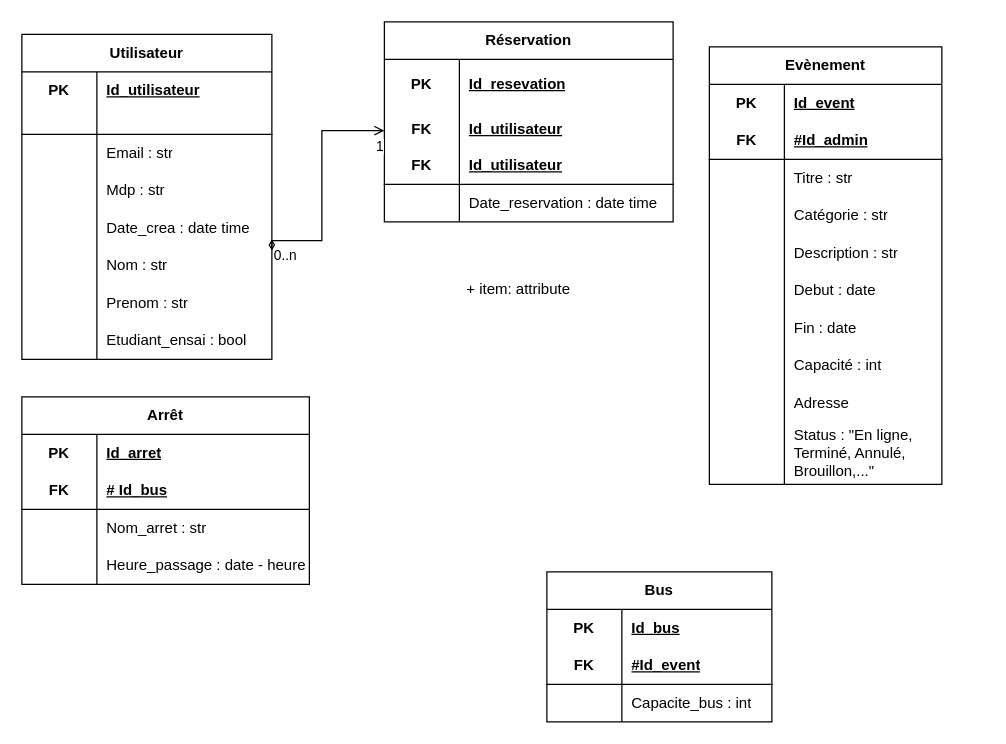
The draw.io diagram doc/Diagramme Bdd.drawio in khalidjerrari/ENSAI-Projet-info-2A, before the edit. Source tidied: cells renumbered, new cells numbered last; positions are measured from the earlier drawing's top-left corner, leaving out a move shared by most shapes. Both pictures are drawn from the tidied source at 125%, with x=0, y=0 at pixel (21, 21).
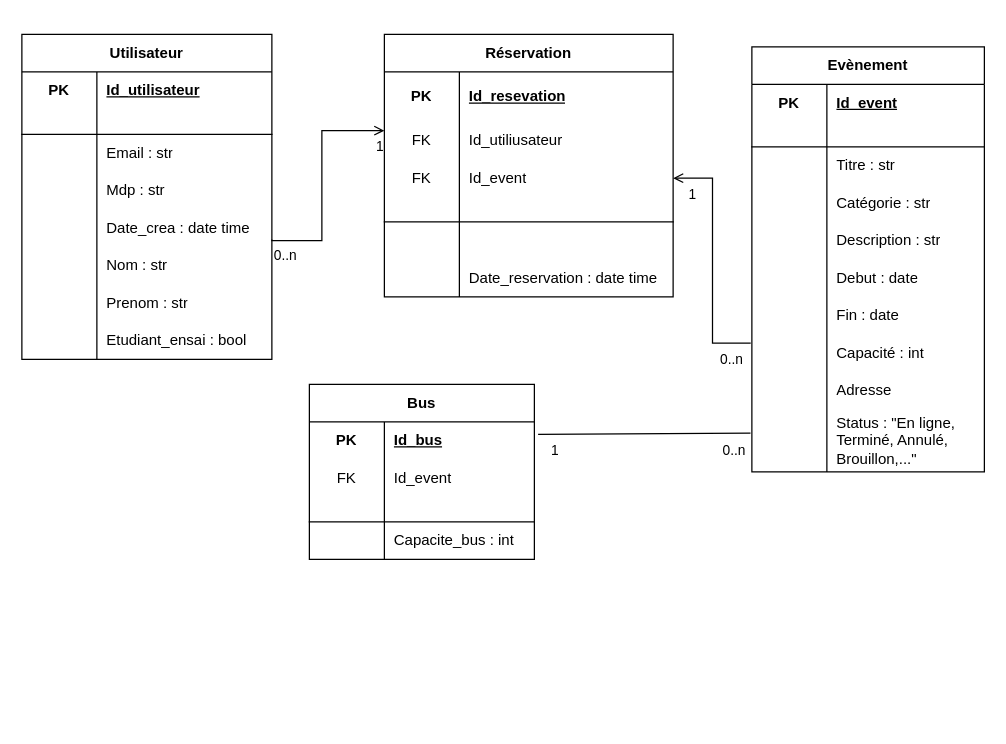
After the change.

Commit message (it also covers changes not shown here):
Mettre à jour Diagramme Bdd.drawio

Diff of the diagram source:
```diff
@@
-    <mxCell id="2" value="Réservation" style="shape=table;startSize=30;childLayout=tableLayout;rowLines=0;fontStyle=1;align=center;html=1;whiteSpace=wrap;" parent="1" vertex="1">
-      <mxGeometry x="290" width="231" height="160" as="geometry" />
-    </mxCell>
-    <mxCell id="3" style="shape=tableRow;horizontal=0;startSize=0;swimlaneHead=0;swimlaneBody=0;fillColor=none;top=0;left=0;right=0;bottom=0;html=1;" parent="2" vertex="1">
-      <mxGeometry y="30" width="231" height="40" as="geometry" />
-    </mxCell>
-    <mxCell id="4" value="PK" style="shape=partialRectangle;fillColor=none;top=0;left=0;bottom=0;right=0;fontStyle=1;overflow=hidden;html=1;whiteSpace=wrap;" parent="3" vertex="1">
-      <mxGeometry width="60" height="40" as="geometry" />
-    </mxCell>
-    <mxCell id="5" value="Id_resevation" style="shape=partialRectangle;fillColor=none;top=0;left=0;bottom=0;right=0;align=left;spacingLeft=6;fontStyle=5;overflow=hidden;html=1;whiteSpace=wrap;" parent="3" vertex="1">
-      <mxGeometry x="60" width="171" height="40" as="geometry" />
-    </mxCell>
-    <mxCell id="6" style="shape=tableRow;horizontal=0;startSize=0;swimlaneHead=0;swimlaneBody=0;fillColor=none;top=0;left=0;right=0;bottom=1;html=1;" parent="2" vertex="1">
-      <mxGeometry y="70" width="231" height="60" as="geometry" />
-    </mxCell>
-    <mxCell id="7" value="&lt;div&gt;FK&lt;/div&gt;&lt;div&gt;&lt;br&gt;&lt;/div&gt;&lt;div&gt;&lt;div&gt;FK&lt;/div&gt;&lt;/div&gt;" style="shape=partialRectangle;fillColor=none;top=0;left=0;bottom=0;right=0;fontStyle=1;overflow=hidden;html=1;whiteSpace=wrap;" parent="6" vertex="1">
-      <mxGeometry width="60" height="60" as="geometry" />
-    </mxCell>
-    <mxCell id="8" value="&lt;div&gt;Id_utilisateur&lt;br&gt;&lt;/div&gt;&lt;div&gt;&lt;br&gt;&lt;/div&gt;&lt;div&gt;Id_utilisateur&lt;/div&gt;" style="shape=partialRectangle;fillColor=none;top=0;left=0;bottom=0;right=0;align=left;spacingLeft=6;fontStyle=5;overflow=hidden;html=1;whiteSpace=wrap;" parent="6" vertex="1">
-      <mxGeometry x="60" width="171" height="60" as="geometry" />
-    </mxCell>
-    <mxCell id="9" style="shape=tableRow;horizontal=0;startSize=0;swimlaneHead=0;swimlaneBody=0;fillColor=none;top=0;left=0;right=0;bottom=0;html=1;" parent="2" vertex="1">
-      <mxGeometry y="130" width="231" height="30" as="geometry" />
-    </mxCell>
-    <mxCell id="10" style="shape=partialRectangle;fillColor=none;top=0;left=0;bottom=0;right=0;overflow=hidden;html=1;whiteSpace=wrap;" parent="9" vertex="1">
-      <mxGeometry width="60" height="30" as="geometry" />
-    </mxCell>
-    <mxCell id="11" value="Date_reservation : date time" style="shape=partialRectangle;fillColor=none;top=0;left=0;bottom=0;right=0;align=left;spacingLeft=6;overflow=hidden;html=1;whiteSpace=wrap;" parent="9" vertex="1">
-      <mxGeometry x="60" width="171" height="30" as="geometry" />
-    </mxCell>
@@
     <mxCell id="37" value="Evènement" style="shape=table;startSize=30;childLayout=tableLayout;rowLines=0;fontStyle=1;align=center;html=1;whiteSpace=wrap;" parent="1" vertex="1">
-      <mxGeometry x="550" y="20" width="186" height="350" as="geometry" />
+      <mxGeometry x="584" y="20" width="186" height="340" as="geometry" />
     </mxCell>
@@
     <mxCell id="41" style="shape=tableRow;horizontal=0;startSize=0;swimlaneHead=0;swimlaneBody=0;fillColor=none;top=0;left=0;right=0;bottom=1;html=1;" parent="37" vertex="1">
-      <mxGeometry y="60" width="186" height="30" as="geometry" />
+      <mxGeometry y="60" width="186" height="20" as="geometry" />
     </mxCell>
-    <mxCell id="42" value="FK" style="shape=partialRectangle;fillColor=none;top=0;left=0;bottom=0;right=0;fontStyle=1;overflow=hidden;html=1;whiteSpace=wrap;" parent="41" vertex="1">
-      <mxGeometry width="60" height="30" as="geometry" />
+    <mxCell id="42" style="shape=partialRectangle;fillColor=none;top=0;left=0;bottom=0;right=0;fontStyle=1;overflow=hidden;html=1;whiteSpace=wrap;" parent="41" vertex="1">
+      <mxGeometry width="60" height="20" as="geometry" />
     </mxCell>
-    <mxCell id="43" value="#Id_admin" style="shape=partialRectangle;fillColor=none;top=0;left=0;bottom=0;right=0;align=left;spacingLeft=6;fontStyle=5;overflow=hidden;html=1;whiteSpace=wrap;" parent="41" vertex="1">
-      <mxGeometry x="60" width="126" height="30" as="geometry" />
+    <mxCell id="43" style="shape=partialRectangle;fillColor=none;top=0;left=0;bottom=0;right=0;align=left;spacingLeft=6;fontStyle=5;overflow=hidden;html=1;whiteSpace=wrap;" parent="41" vertex="1">
+      <mxGeometry x="60" width="126" height="20" as="geometry" />
     </mxCell>
     <mxCell id="44" style="shape=tableRow;horizontal=0;startSize=0;swimlaneHead=0;swimlaneBody=0;fillColor=none;top=0;left=0;right=0;bottom=0;html=1;" parent="37" vertex="1">
-      <mxGeometry y="90" width="186" height="30" as="geometry" />
+      <mxGeometry y="80" width="186" height="30" as="geometry" />
     </mxCell>
@@
     <mxCell id="47" style="shape=tableRow;horizontal=0;startSize=0;swimlaneHead=0;swimlaneBody=0;fillColor=none;top=0;left=0;right=0;bottom=0;html=1;" parent="37" vertex="1">
-      <mxGeometry y="120" width="186" height="30" as="geometry" />
+      <mxGeometry y="110" width="186" height="30" as="geometry" />
     </mxCell>
@@
     <mxCell id="50" style="shape=tableRow;horizontal=0;startSize=0;swimlaneHead=0;swimlaneBody=0;fillColor=none;top=0;left=0;right=0;bottom=0;html=1;" parent="37" vertex="1">
-      <mxGeometry y="150" width="186" height="30" as="geometry" />
+      <mxGeometry y="140" width="186" height="30" as="geometry" />
     </mxCell>
@@
     <mxCell id="53" style="shape=tableRow;horizontal=0;startSize=0;swimlaneHead=0;swimlaneBody=0;fillColor=none;top=0;left=0;right=0;bottom=0;html=1;" parent="37" vertex="1">
-      <mxGeometry y="180" width="186" height="30" as="geometry" />
+      <mxGeometry y="170" width="186" height="30" as="geometry" />
     </mxCell>
@@
     <mxCell id="56" style="shape=tableRow;horizontal=0;startSize=0;swimlaneHead=0;swimlaneBody=0;fillColor=none;top=0;left=0;right=0;bottom=0;html=1;" parent="37" vertex="1">
-      <mxGeometry y="210" width="186" height="30" as="geometry" />
+      <mxGeometry y="200" width="186" height="30" as="geometry" />
     </mxCell>
@@
     <mxCell id="59" style="shape=tableRow;horizontal=0;startSize=0;swimlaneHead=0;swimlaneBody=0;fillColor=none;points=[[0,0.5],[1,0.5]];portConstraint=eastwest;top=0;left=0;right=0;bottom=0;html=1;" parent="37" vertex="1">
-      <mxGeometry y="240" width="186" height="30" as="geometry" />
+      <mxGeometry y="230" width="186" height="30" as="geometry" />
     </mxCell>
@@
     <mxCell id="62" style="shape=tableRow;horizontal=0;startSize=0;swimlaneHead=0;swimlaneBody=0;fillColor=none;top=0;left=0;right=0;bottom=0;html=1;" parent="37" vertex="1">
-      <mxGeometry y="270" width="186" height="30" as="geometry" />
+      <mxGeometry y="260" width="186" height="30" as="geometry" />
     </mxCell>
@@
     <mxCell id="65" style="shape=tableRow;horizontal=0;startSize=0;swimlaneHead=0;swimlaneBody=0;fillColor=none;top=0;left=0;right=0;bottom=0;html=1;" parent="37" vertex="1">
-      <mxGeometry y="300" width="186" height="50" as="geometry" />
+      <mxGeometry y="290" width="186" height="50" as="geometry" />
     </mxCell>
@@
     <mxCell id="68" value="Bus" style="shape=table;startSize=30;childLayout=tableLayout;rowLines=0;fontStyle=1;align=center;html=1;whiteSpace=wrap;" parent="1" vertex="1">
-      <mxGeometry x="420" y="440" width="180" height="120" as="geometry" />
+      <mxGeometry x="230" y="290" width="180" height="140" as="geometry" />
     </mxCell>
@@
+    <mxCell id="95" style="shape=tableRow;horizontal=0;startSize=0;swimlaneHead=0;swimlaneBody=0;fillColor=none;top=0;left=0;right=0;bottom=0;" parent="68" vertex="1">
+      <mxGeometry y="60" width="180" height="30" as="geometry" />
+    </mxCell>
+    <mxCell id="96" value="FK" style="shape=partialRectangle;fillColor=none;top=0;left=0;bottom=0;right=0;fontStyle=0;overflow=hidden;whiteSpace=wrap;html=1;" parent="95" vertex="1">
+      <mxGeometry width="60" height="30" as="geometry" />
+    </mxCell>
+    <mxCell id="97" value="Id_event" style="shape=partialRectangle;fillColor=none;top=0;left=0;bottom=0;right=0;align=left;spacingLeft=6;fontStyle=0;overflow=hidden;whiteSpace=wrap;html=1;" parent="95" vertex="1">
+      <mxGeometry x="60" width="120" height="30" as="geometry" />
+    </mxCell>
     <mxCell id="72" style="shape=tableRow;horizontal=0;startSize=0;swimlaneHead=0;swimlaneBody=0;fillColor=none;top=0;left=0;right=0;bottom=1;html=1;" parent="68" vertex="1">
-      <mxGeometry y="60" width="180" height="30" as="geometry" />
+      <mxGeometry y="90" width="180" height="20" as="geometry" />
     </mxCell>
-    <mxCell id="73" value="FK" style="shape=partialRectangle;fillColor=none;top=0;left=0;bottom=0;right=0;fontStyle=1;overflow=hidden;html=1;whiteSpace=wrap;" parent="72" vertex="1">
-      <mxGeometry width="60" height="30" as="geometry" />
+    <mxCell id="73" style="shape=partialRectangle;fillColor=none;top=0;left=0;bottom=0;right=0;fontStyle=1;overflow=hidden;html=1;whiteSpace=wrap;" parent="72" vertex="1">
+      <mxGeometry width="60" height="20" as="geometry" />
     </mxCell>
-    <mxCell id="74" value="#Id_event" style="shape=partialRectangle;fillColor=none;top=0;left=0;bottom=0;right=0;align=left;spacingLeft=6;fontStyle=5;overflow=hidden;html=1;whiteSpace=wrap;" parent="72" vertex="1">
-      <mxGeometry x="60" width="120" height="30" as="geometry" />
+    <mxCell id="74" style="shape=partialRectangle;fillColor=none;top=0;left=0;bottom=0;right=0;align=left;spacingLeft=6;fontStyle=5;overflow=hidden;html=1;whiteSpace=wrap;" parent="72" vertex="1">
+      <mxGeometry x="60" width="120" height="20" as="geometry" />
     </mxCell>
     <mxCell id="75" style="shape=tableRow;horizontal=0;startSize=0;swimlaneHead=0;swimlaneBody=0;fillColor=none;top=0;left=0;right=0;bottom=0;html=1;" parent="68" vertex="1">
-      <mxGeometry y="90" width="180" height="30" as="geometry" />
+      <mxGeometry y="110" width="180" height="30" as="geometry" />
     </mxCell>
@@
-    <mxCell id="78" value="Arrêt" style="shape=table;startSize=30;childLayout=tableLayout;rowLines=0;fontStyle=1;align=center;html=1;whiteSpace=wrap;" parent="1" vertex="1">
-      <mxGeometry y="300" width="230" height="150" as="geometry" />
-    </mxCell>
-    <mxCell id="79" style="shape=tableRow;horizontal=0;startSize=0;swimlaneHead=0;swimlaneBody=0;fillColor=none;top=0;left=0;right=0;bottom=0;html=1;" parent="78" vertex="1">
-      <mxGeometry y="30" width="230" height="30" as="geometry" />
-    </mxCell>
-    <mxCell id="80" value="PK" style="shape=partialRectangle;fillColor=none;top=0;left=0;bottom=0;right=0;fontStyle=1;overflow=hidden;html=1;whiteSpace=wrap;" parent="79" vertex="1">
-      <mxGeometry width="60" height="30" as="geometry" />
-    </mxCell>
-    <mxCell id="81" value="Id_arret" style="shape=partialRectangle;fillColor=none;top=0;left=0;bottom=0;right=0;align=left;spacingLeft=6;fontStyle=5;overflow=hidden;html=1;whiteSpace=wrap;" parent="79" vertex="1">
-      <mxGeometry x="60" width="170" height="30" as="geometry" />
-    </mxCell>
-    <mxCell id="82" style="shape=tableRow;horizontal=0;startSize=0;swimlaneHead=0;swimlaneBody=0;fillColor=none;top=0;left=0;right=0;bottom=1;html=1;" parent="78" vertex="1">
-      <mxGeometry y="60" width="230" height="30" as="geometry" />
-    </mxCell>
-    <mxCell id="83" value="FK" style="shape=partialRectangle;fillColor=none;top=0;left=0;bottom=0;right=0;fontStyle=1;overflow=hidden;html=1;whiteSpace=wrap;" parent="82" vertex="1">
-      <mxGeometry width="60" height="30" as="geometry" />
-    </mxCell>
-    <mxCell id="84" value="# Id_bus" style="shape=partialRectangle;fillColor=none;top=0;left=0;bottom=0;right=0;align=left;spacingLeft=6;fontStyle=5;overflow=hidden;html=1;whiteSpace=wrap;" parent="82" vertex="1">
-      <mxGeometry x="60" width="170" height="30" as="geometry" />
-    </mxCell>
-    <mxCell id="85" style="shape=tableRow;horizontal=0;startSize=0;swimlaneHead=0;swimlaneBody=0;fillColor=none;top=0;left=0;right=0;bottom=0;html=1;" parent="78" vertex="1">
-      <mxGeometry y="90" width="230" height="30" as="geometry" />
-    </mxCell>
-    <mxCell id="86" style="shape=partialRectangle;fillColor=none;top=0;left=0;bottom=0;right=0;overflow=hidden;html=1;whiteSpace=wrap;" parent="85" vertex="1">
-      <mxGeometry width="60" height="30" as="geometry" />
-    </mxCell>
-    <mxCell id="87" value="Nom_arret : str" style="shape=partialRectangle;fillColor=none;top=0;left=0;bottom=0;right=0;align=left;spacingLeft=6;overflow=hidden;html=1;whiteSpace=wrap;" parent="85" vertex="1">
-      <mxGeometry x="60" width="170" height="30" as="geometry" />
-    </mxCell>
-    <mxCell id="88" style="shape=tableRow;horizontal=0;startSize=0;swimlaneHead=0;swimlaneBody=0;fillColor=none;top=0;left=0;right=0;bottom=0;html=1;" parent="78" vertex="1">
-      <mxGeometry y="120" width="230" height="30" as="geometry" />
-    </mxCell>
-    <mxCell id="89" style="shape=partialRectangle;fillColor=none;top=0;left=0;bottom=0;right=0;overflow=hidden;html=1;whiteSpace=wrap;" parent="88" vertex="1">
-      <mxGeometry width="60" height="30" as="geometry" />
-    </mxCell>
-    <mxCell id="90" value="Heure_passage : date - heure" style="shape=partialRectangle;fillColor=none;top=0;left=0;bottom=0;right=0;align=left;spacingLeft=6;overflow=hidden;html=1;whiteSpace=wrap;" parent="88" vertex="1">
-      <mxGeometry x="60" width="170" height="30" as="geometry" />
-    </mxCell>
-    <mxCell id="91" style="endArrow=open;html=1;startArrow=diamondThin;startFill=0;edgeStyle=orthogonalEdgeStyle;rounded=0;shape=wire;dashed=1;" parent="1" edge="1">
+    <mxCell id="91" style="endArrow=open;html=1;startArrow=none;startFill=0;edgeStyle=orthogonalEdgeStyle;rounded=0;shape=wire;dashed=1;" parent="1" edge="1">
       <mxGeometry relative="1" as="geometry">
         <mxPoint x="200" y="174" as="sourcePoint" />
         <mxPoint x="290" y="87" as="targetPoint" />
         <Array as="points">
           <mxPoint x="200" y="175" />
           <mxPoint x="240" y="175" />
           <mxPoint x="240" y="87" />
         </Array>
       </mxGeometry>
     </mxCell>
@@
-    <mxCell id="94" value="+ item: attribute" style="text;strokeColor=none;fillColor=none;align=left;verticalAlign=top;spacingLeft=4;spacingRight=4;overflow=hidden;whiteSpace=wrap;html=1;" parent="1" vertex="1">
-      <mxGeometry x="350" y="200" width="100" height="26" as="geometry" />
-    </mxCell>
+    <mxCell id="98" style="endArrow=open;html=1;startArrow=none;startFill=0;edgeStyle=orthogonalEdgeStyle;rounded=0;exitX=-0.005;exitY=0.233;exitDx=0;exitDy=0;exitPerimeter=0;entryX=1;entryY=0.5;entryDx=0;entryDy=0;" parent="1" edge="1" source="59" target="104">
+      <mxGeometry relative="1" as="geometry" />
+    </mxCell>
+    <mxCell id="99" value="0..n" style="edgeLabel;html=1;align=left;verticalAlign=top;" parent="98" vertex="1">
+      <mxGeometry x="-1" relative="1" as="geometry">
+        <mxPoint x="-26" as="offset" />
+      </mxGeometry>
+    </mxCell>
+    <mxCell id="100" value="1" style="edgeLabel;html=1;align=right;verticalAlign=top;" parent="98" vertex="1">
+      <mxGeometry x="1" relative="1" as="geometry">
+        <mxPoint x="19" as="offset" />
+      </mxGeometry>
+    </mxCell>
+    <mxCell id="2" value="Réservation" style="shape=table;startSize=30;childLayout=tableLayout;rowLines=0;fontStyle=1;align=center;html=1;whiteSpace=wrap;" parent="1" vertex="1">
+      <mxGeometry x="290" y="10" width="231" height="210" as="geometry" />
+    </mxCell>
+    <mxCell id="3" style="shape=tableRow;horizontal=0;startSize=0;swimlaneHead=0;swimlaneBody=0;fillColor=none;top=0;left=0;right=0;bottom=0;html=1;" parent="2" vertex="1">
+      <mxGeometry y="30" width="231" height="40" as="geometry" />
+    </mxCell>
+    <mxCell id="4" value="PK" style="shape=partialRectangle;fillColor=none;top=0;left=0;bottom=0;right=0;fontStyle=1;overflow=hidden;html=1;whiteSpace=wrap;" parent="3" vertex="1">
+      <mxGeometry width="60" height="40" as="geometry" />
+    </mxCell>
+    <mxCell id="5" value="Id_resevation" style="shape=partialRectangle;fillColor=none;top=0;left=0;bottom=0;right=0;align=left;spacingLeft=6;fontStyle=5;overflow=hidden;html=1;whiteSpace=wrap;" parent="3" vertex="1">
+      <mxGeometry x="60" width="171" height="40" as="geometry" />
+    </mxCell>
+    <mxCell id="101" style="shape=tableRow;horizontal=0;startSize=0;swimlaneHead=0;swimlaneBody=0;fillColor=none;top=0;left=0;right=0;bottom=0;" parent="2" vertex="1">
+      <mxGeometry y="70" width="231" height="30" as="geometry" />
+    </mxCell>
+    <mxCell id="102" value="FK" style="shape=partialRectangle;fillColor=none;top=0;left=0;bottom=0;right=0;fontStyle=0;overflow=hidden;whiteSpace=wrap;html=1;" parent="101" vertex="1">
+      <mxGeometry width="60" height="30" as="geometry" />
+    </mxCell>
+    <mxCell id="103" value="Id_utiliusateur" style="shape=partialRectangle;fillColor=none;top=0;left=0;bottom=0;right=0;align=left;spacingLeft=6;fontStyle=0;overflow=hidden;whiteSpace=wrap;html=1;" parent="101" vertex="1">
+      <mxGeometry x="60" width="171" height="30" as="geometry" />
+    </mxCell>
+    <mxCell id="104" style="shape=tableRow;horizontal=0;startSize=0;swimlaneHead=0;swimlaneBody=0;fillColor=none;points=[[0,0.5],[1,0.5]];portConstraint=eastwest;top=0;left=0;right=0;bottom=0;" parent="2" vertex="1">
+      <mxGeometry y="100" width="231" height="30" as="geometry" />
+    </mxCell>
+    <mxCell id="105" value="FK" style="shape=partialRectangle;fillColor=none;top=0;left=0;bottom=0;right=0;fontStyle=0;overflow=hidden;whiteSpace=wrap;html=1;" parent="104" vertex="1">
+      <mxGeometry width="60" height="30" as="geometry" />
+    </mxCell>
+    <mxCell id="106" value="Id_event" style="shape=partialRectangle;fillColor=none;top=0;left=0;bottom=0;right=0;align=left;spacingLeft=6;fontStyle=0;overflow=hidden;whiteSpace=wrap;html=1;" parent="104" vertex="1">
+      <mxGeometry x="60" width="171" height="30" as="geometry" />
+    </mxCell>
+    <mxCell id="6" style="shape=tableRow;horizontal=0;startSize=0;swimlaneHead=0;swimlaneBody=0;fillColor=none;top=0;left=0;right=0;bottom=1;html=1;" parent="2" vertex="1">
+      <mxGeometry y="130" width="231" height="20" as="geometry" />
+    </mxCell>
+    <mxCell id="7" style="shape=partialRectangle;fillColor=none;top=0;left=0;bottom=0;right=0;fontStyle=1;overflow=hidden;html=1;whiteSpace=wrap;" parent="6" vertex="1">
+      <mxGeometry width="60" height="20" as="geometry" />
+    </mxCell>
+    <mxCell id="8" style="shape=partialRectangle;fillColor=none;top=0;left=0;bottom=0;right=0;align=left;spacingLeft=6;fontStyle=5;overflow=hidden;html=1;whiteSpace=wrap;" parent="6" vertex="1">
+      <mxGeometry x="60" width="171" height="20" as="geometry" />
+    </mxCell>
+    <mxCell id="107" style="shape=tableRow;horizontal=0;startSize=0;swimlaneHead=0;swimlaneBody=0;fillColor=none;top=0;left=0;right=0;bottom=0;" parent="2" vertex="1">
+      <mxGeometry y="150" width="231" height="30" as="geometry" />
+    </mxCell>
+    <mxCell id="108" style="shape=partialRectangle;fillColor=none;top=0;left=0;bottom=0;right=0;fontStyle=0;overflow=hidden;whiteSpace=wrap;html=1;" parent="107" vertex="1">
+      <mxGeometry width="60" height="30" as="geometry" />
+    </mxCell>
+    <mxCell id="109" style="shape=partialRectangle;fillColor=none;top=0;left=0;bottom=0;right=0;align=left;spacingLeft=6;fontStyle=0;overflow=hidden;whiteSpace=wrap;html=1;" parent="107" vertex="1">
+      <mxGeometry x="60" width="171" height="30" as="geometry" />
+    </mxCell>
+    <mxCell id="9" style="shape=tableRow;horizontal=0;startSize=0;swimlaneHead=0;swimlaneBody=0;fillColor=none;top=0;left=0;right=0;bottom=0;html=1;" parent="2" vertex="1">
+      <mxGeometry y="180" width="231" height="30" as="geometry" />
+    </mxCell>
+    <mxCell id="10" style="shape=partialRectangle;fillColor=none;top=0;left=0;bottom=0;right=0;overflow=hidden;html=1;whiteSpace=wrap;" parent="9" vertex="1">
+      <mxGeometry width="60" height="30" as="geometry" />
+    </mxCell>
+    <mxCell id="11" value="Date_reservation : date time" style="shape=partialRectangle;fillColor=none;top=0;left=0;bottom=0;right=0;align=left;spacingLeft=6;overflow=hidden;html=1;whiteSpace=wrap;" parent="9" vertex="1">
+      <mxGeometry x="60" width="171" height="30" as="geometry" />
+    </mxCell>
+    <mxCell id="110" style="endArrow=none;html=1;rounded=0;entryX=-0.022;entryY=0.38;entryDx=0;entryDy=0;entryPerimeter=0;" parent="1" edge="1">
+      <mxGeometry relative="1" as="geometry">
+        <mxPoint x="413" y="330" as="sourcePoint" />
+        <mxPoint x="582.9" y="329" as="targetPoint" />
+      </mxGeometry>
+    </mxCell>
+    <mxCell id="111" value="1" style="edgeLabel;html=1;align=right;verticalAlign=top;" parent="1" vertex="1">
+      <mxGeometry x="430" y="330" as="geometry" />
+    </mxCell>
+    <mxCell id="112" value="0..n" style="edgeLabel;html=1;align=left;verticalAlign=top;" parent="1" vertex="1">
+      <mxGeometry x="559" y="330" as="geometry" />
+    </mxCell>
```
